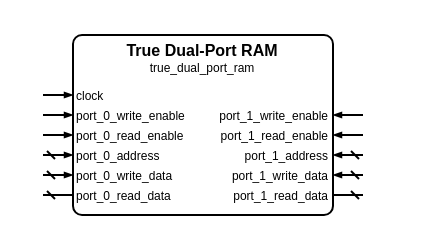
Earlier version of the draw.io diagram sources/memory/true_dual_port_ram/true_dual_port_ram.symbol.drawio (Louis-DR/OmniCores-BuildingBlocks). Source tidied: cells renumbered, new cells numbered last; positions are measured from the earlier drawing's top-left corner, leaving out a move shared by most shapes. Both pictures are drawn from the tidied source at 200%, with x=0, y=0 at pixel (42, 34).
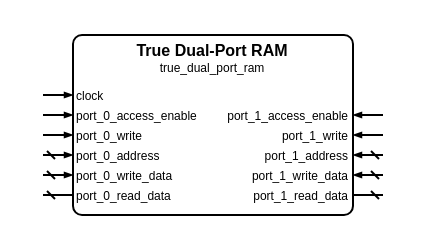
Above is the later version.

Commit message (it also covers changes not shown here):
[Change] Change true dual-port RAMs interface to access_enable/write + add optional combinational read data to all RAMs

What changed in the source:
```diff
@@
     <mxCell id="2" style="group;" parent="1" vertex="1">
-      <mxGeometry width="160" height="90" as="geometry" />
+      <mxGeometry width="170" height="90" as="geometry" />
     </mxCell>
     <mxCell id="3" style="rounded=1;arcSize=5;fillColor=none;strokeWidth=1;strokeColor=black;whiteSpace=wrap;html=1;" parent="2" vertex="1">
-      <mxGeometry x="15" width="130" height="90" as="geometry" />
+      <mxGeometry x="15" width="140" height="90" as="geometry" />
     </mxCell>
     <mxCell id="4" value="True Dual-Port RAM" style="text;html=1;align=center;verticalAlign=middle;whiteSpace=wrap;rounded=0;fontSize=8;fontStyle=1;fontColor=black;" parent="2" vertex="1">
-      <mxGeometry x="15" y="7" width="130" as="geometry" />
+      <mxGeometry x="15" y="7" width="140" as="geometry" />
     </mxCell>
     <mxCell id="5" value="true_dual_port_ram" style="text;html=1;align=center;verticalAlign=middle;whiteSpace=wrap;rounded=0;fontSize=6;fontStyle=0;fontColor=black;" parent="2" vertex="1">
-      <mxGeometry x="15" y="16" width="130" as="geometry" />
+      <mxGeometry x="15" y="16" width="140" as="geometry" />
     </mxCell>
     <mxCell id="6" value="clock" style="text;html=1;align=left;verticalAlign=middle;whiteSpace=wrap;rounded=0;fontSize=6;fontStyle=0;fontColor=black;" parent="2" vertex="1">
-      <mxGeometry x="15" y="30" width="130" as="geometry" />
+      <mxGeometry x="15" y="30" width="140" as="geometry" />
     </mxCell>
@@
-    <mxCell id="8" value="port_0_write_enable" style="text;html=1;align=left;verticalAlign=middle;whiteSpace=wrap;rounded=0;fontSize=6;fontStyle=0;fontColor=black;" parent="2" vertex="1">
-      <mxGeometry x="15" y="40" width="130" as="geometry" />
-    </mxCell>
-    <mxCell id="9" style="html=1;rounded=1;strokeWidth=1;strokeColor=black;startFill=0;startSize=2;startArrow=none;endFill=1;endSize=2;endArrow=blockThin;sourcePerimeterSpacing=0;" parent="2" edge="1">
-      <mxGeometry relative="1" as="geometry">
-        <mxPoint y="40" as="sourcePoint" />
-        <mxPoint x="15" y="40" as="targetPoint" />
-      </mxGeometry>
-    </mxCell>
-    <mxCell id="10" value="port_1_write_enable" style="text;html=1;align=right;verticalAlign=middle;whiteSpace=wrap;rounded=0;fontSize=6;fontStyle=0;fontColor=black;" parent="2" vertex="1">
-      <mxGeometry x="15" y="40" width="130" as="geometry" />
-    </mxCell>
-    <mxCell id="11" style="html=1;rounded=1;strokeWidth=1;strokeColor=black;startFill=0;startSize=2;startArrow=none;endFill=1;endSize=2;endArrow=blockThin;sourcePerimeterSpacing=0;" parent="2" edge="1">
-      <mxGeometry relative="1" as="geometry">
-        <mxPoint x="160" y="40" as="sourcePoint" />
-        <mxPoint x="145" y="40" as="targetPoint" />
-      </mxGeometry>
-    </mxCell>
-    <mxCell id="12" value="port_0_read_enable" style="text;html=1;align=left;verticalAlign=middle;whiteSpace=wrap;rounded=0;fontSize=6;fontStyle=0;fontColor=black;" parent="2" vertex="1">
-      <mxGeometry x="15" y="50" width="130" as="geometry" />
-    </mxCell>
-    <mxCell id="13" style="html=1;rounded=1;strokeWidth=1;strokeColor=black;startFill=0;startSize=2;startArrow=none;endFill=1;endSize=2;endArrow=blockThin;sourcePerimeterSpacing=0;" parent="2" edge="1">
-      <mxGeometry relative="1" as="geometry">
-        <mxPoint y="50" as="sourcePoint" />
-        <mxPoint x="15" y="50" as="targetPoint" />
-      </mxGeometry>
-    </mxCell>
-    <mxCell id="14" value="port_1_read_enable" style="text;html=1;align=right;verticalAlign=middle;whiteSpace=wrap;rounded=0;fontSize=6;fontStyle=0;fontColor=black;" parent="2" vertex="1">
-      <mxGeometry x="15" y="50" width="130" as="geometry" />
-    </mxCell>
-    <mxCell id="15" style="html=1;rounded=1;strokeWidth=1;strokeColor=black;startFill=0;startSize=2;startArrow=none;endFill=1;endSize=2;endArrow=blockThin;sourcePerimeterSpacing=0;" parent="2" edge="1">
-      <mxGeometry relative="1" as="geometry">
-        <mxPoint x="160" y="50" as="sourcePoint" />
-        <mxPoint x="145" y="50" as="targetPoint" />
-      </mxGeometry>
-    </mxCell>
+    <mxCell id="28" value="port_0_access_enable" style="text;html=1;align=left;verticalAlign=middle;whiteSpace=wrap;rounded=0;fontSize=6;fontStyle=0;fontColor=black;" parent="2" vertex="1">
+      <mxGeometry x="15" y="40" width="140" as="geometry" />
+    </mxCell>
+    <mxCell id="29" style="html=1;rounded=1;strokeWidth=1;strokeColor=black;startFill=0;startSize=2;startArrow=none;endFill=1;endSize=2;endArrow=blockThin;sourcePerimeterSpacing=0;" parent="2" edge="1">
+      <mxGeometry relative="1" as="geometry">
+        <mxPoint y="40" as="sourcePoint" />
+        <mxPoint x="15" y="40" as="targetPoint" />
+      </mxGeometry>
+    </mxCell>
+    <mxCell id="30" value="port_1_access_enable" style="text;html=1;align=right;verticalAlign=middle;whiteSpace=wrap;rounded=0;fontSize=6;fontStyle=0;fontColor=black;" parent="2" vertex="1">
+      <mxGeometry x="15" y="40" width="140" as="geometry" />
+    </mxCell>
+    <mxCell id="31" style="html=1;rounded=1;strokeWidth=1;strokeColor=black;startFill=0;startSize=2;startArrow=none;endFill=1;endSize=2;endArrow=blockThin;sourcePerimeterSpacing=0;" parent="2" edge="1">
+      <mxGeometry relative="1" as="geometry">
+        <mxPoint x="170" y="40" as="sourcePoint" />
+        <mxPoint x="155" y="40" as="targetPoint" />
+      </mxGeometry>
+    </mxCell>
+    <mxCell id="32" value="port_0_write" style="text;html=1;align=left;verticalAlign=middle;whiteSpace=wrap;rounded=0;fontSize=6;fontStyle=0;fontColor=black;" parent="2" vertex="1">
+      <mxGeometry x="15" y="50" width="140" as="geometry" />
+    </mxCell>
+    <mxCell id="33" style="html=1;rounded=1;strokeWidth=1;strokeColor=black;startFill=0;startSize=2;startArrow=none;endFill=1;endSize=2;endArrow=blockThin;sourcePerimeterSpacing=0;" parent="2" edge="1">
+      <mxGeometry relative="1" as="geometry">
+        <mxPoint y="50" as="sourcePoint" />
+        <mxPoint x="15" y="50" as="targetPoint" />
+      </mxGeometry>
+    </mxCell>
+    <mxCell id="34" value="port_1_write" style="text;html=1;align=right;verticalAlign=middle;whiteSpace=wrap;rounded=0;fontSize=6;fontStyle=0;fontColor=black;" parent="2" vertex="1">
+      <mxGeometry x="15" y="50" width="140" as="geometry" />
+    </mxCell>
+    <mxCell id="35" style="html=1;rounded=1;strokeWidth=1;strokeColor=black;startFill=0;startSize=2;startArrow=none;endFill=1;endSize=2;endArrow=blockThin;sourcePerimeterSpacing=0;" parent="2" edge="1">
+      <mxGeometry relative="1" as="geometry">
+        <mxPoint x="170" y="50" as="sourcePoint" />
+        <mxPoint x="155" y="50" as="targetPoint" />
+      </mxGeometry>
+    </mxCell>
     <mxCell id="16" value="port_0_address" style="text;html=1;align=left;verticalAlign=middle;whiteSpace=wrap;rounded=0;fontSize=6;fontStyle=0;fontColor=black;" parent="2" vertex="1">
-      <mxGeometry x="15" y="60" width="130" as="geometry" />
+      <mxGeometry x="15" y="60" width="140" as="geometry" />
     </mxCell>
@@
     <mxCell id="18" value="port_1_address" style="text;html=1;align=right;verticalAlign=middle;whiteSpace=wrap;rounded=0;fontSize=6;fontStyle=0;fontColor=black;" parent="2" vertex="1">
-      <mxGeometry x="15" y="60" width="130" as="geometry" />
+      <mxGeometry x="15" y="60" width="140" as="geometry" />
     </mxCell>
     <mxCell id="19" style="html=1;rounded=1;strokeWidth=1;strokeColor=black;startFill=0;startSize=2;startArrow=dash;endFill=1;endSize=2;endArrow=blockThin;sourcePerimeterSpacing=0;" parent="2" edge="1">
       <mxGeometry relative="1" as="geometry">
-        <mxPoint x="160" y="60" as="sourcePoint" />
-        <mxPoint x="145" y="60" as="targetPoint" />
+        <mxPoint x="170" y="60" as="sourcePoint" />
+        <mxPoint x="155" y="60" as="targetPoint" />
       </mxGeometry>
     </mxCell>
     <mxCell id="20" value="port_0_write_data" style="text;html=1;align=left;verticalAlign=middle;whiteSpace=wrap;rounded=0;fontSize=6;fontStyle=0;fontColor=black;" parent="2" vertex="1">
-      <mxGeometry x="15" y="70" width="130" as="geometry" />
+      <mxGeometry x="15" y="70" width="140" as="geometry" />
     </mxCell>
@@
     <mxCell id="22" value="port_1_write_data" style="text;html=1;align=right;verticalAlign=middle;whiteSpace=wrap;rounded=0;fontSize=6;fontStyle=0;fontColor=black;" parent="2" vertex="1">
-      <mxGeometry x="15" y="70" width="130" as="geometry" />
+      <mxGeometry x="15" y="70" width="140" as="geometry" />
     </mxCell>
     <mxCell id="23" style="html=1;rounded=1;strokeWidth=1;strokeColor=black;startFill=0;startSize=2;startArrow=dash;endFill=1;endSize=2;endArrow=blockThin;sourcePerimeterSpacing=0;" parent="2" edge="1">
       <mxGeometry relative="1" as="geometry">
-        <mxPoint x="160" y="70" as="sourcePoint" />
-        <mxPoint x="145" y="70" as="targetPoint" />
+        <mxPoint x="170" y="70" as="sourcePoint" />
+        <mxPoint x="155" y="70" as="targetPoint" />
       </mxGeometry>
     </mxCell>
     <mxCell id="24" value="port_0_read_data" style="text;html=1;align=left;verticalAlign=middle;whiteSpace=wrap;rounded=0;fontSize=6;fontStyle=0;fontColor=black;" parent="2" vertex="1">
-      <mxGeometry x="15" y="80" width="130" as="geometry" />
+      <mxGeometry x="15" y="80" width="140" as="geometry" />
     </mxCell>
@@
     <mxCell id="26" value="port_1_read_data" style="text;html=1;align=right;verticalAlign=middle;whiteSpace=wrap;rounded=0;fontSize=6;fontStyle=0;fontColor=black;" parent="2" vertex="1">
-      <mxGeometry x="15" y="80" width="130" as="geometry" />
+      <mxGeometry x="15" y="80" width="140" as="geometry" />
     </mxCell>
     <mxCell id="27" style="html=1;rounded=1;strokeWidth=1;strokeColor=black;startFill=0;startSize=2;startArrow=dash;endFill=1;endSize=2;endArrow=none;sourcePerimeterSpacing=0;" parent="2" edge="1">
       <mxGeometry relative="1" as="geometry">
-        <mxPoint x="160" y="80" as="sourcePoint" />
-        <mxPoint x="145" y="80" as="targetPoint" />
+        <mxPoint x="170" y="80" as="sourcePoint" />
+        <mxPoint x="155" y="80" as="targetPoint" />
       </mxGeometry>
     </mxCell>
```
